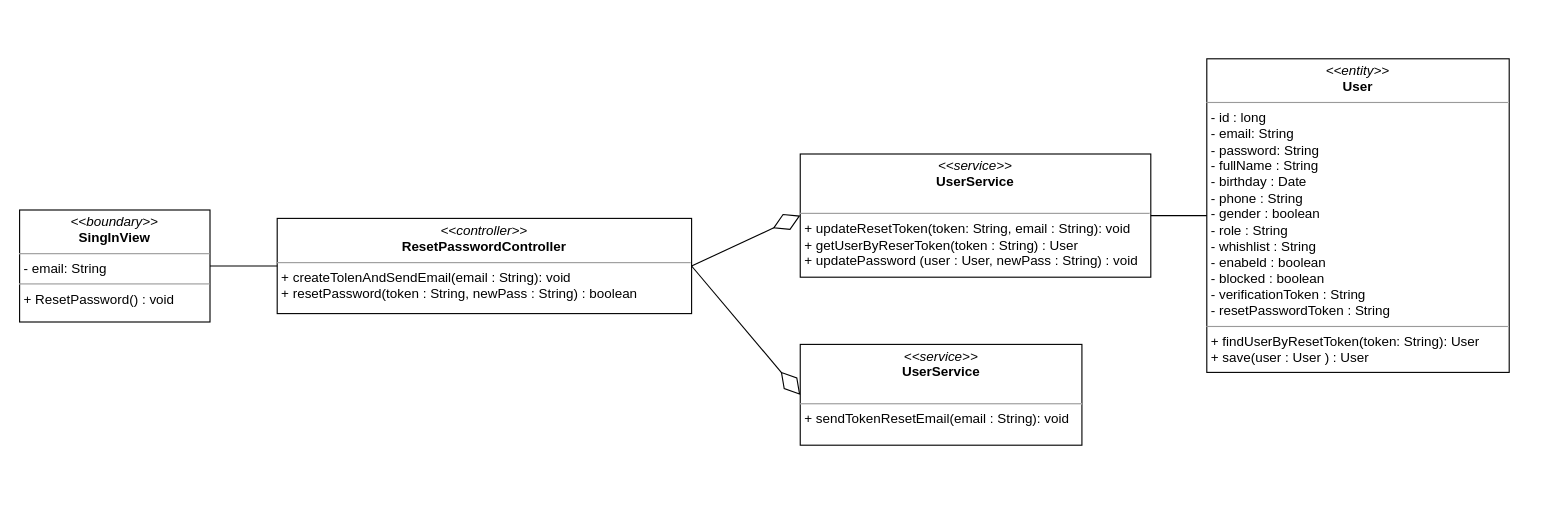
Above: class diagram/fogot-password-class-diagram.drawio in nguyenphamvan/datn_20202 (draw.io), before the change. Source tidied: cells renumbered, new cells numbered last; positions are measured from the earlier drawing's top-left corner, leaving out a move shared by most shapes. Both pictures are drawn from the tidied source at 112%, with x=0, y=0 at pixel (19, 58).
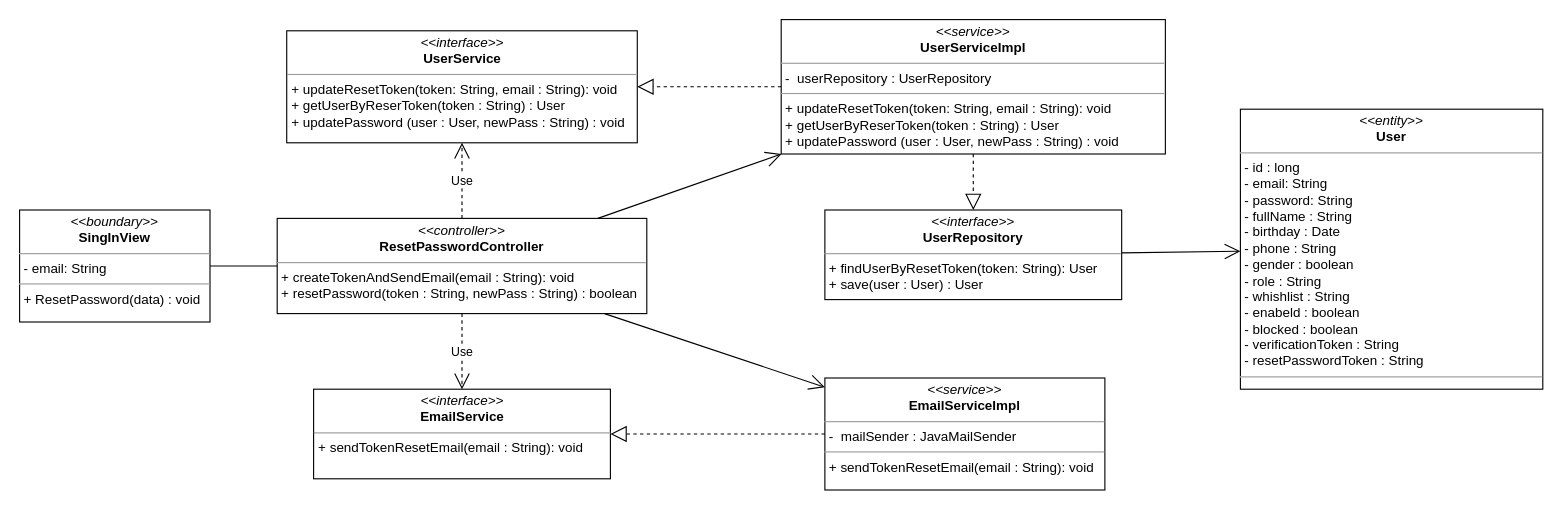
After the change.

Diff of the diagram source:
```diff
@@
 <mxGraphModel>
   <root>
     <mxCell id="0" />
     <mxCell id="1" parent="0" />
-    <mxCell id="2" value="&lt;p style=&quot;margin: 0px ; margin-top: 4px ; text-align: center&quot;&gt;&lt;i&gt;&amp;lt;&amp;lt;controller&amp;gt;&amp;gt;&lt;/i&gt;&lt;br&gt;&lt;b&gt;ResetPasswordController&lt;/b&gt;&lt;/p&gt;&lt;hr size=&quot;1&quot;&gt;&lt;p style=&quot;margin: 0px ; margin-left: 4px&quot;&gt;+ createTolenAndSendEmail(email : String): void&lt;br&gt;&lt;/p&gt;&lt;p style=&quot;margin: 0px ; margin-left: 4px&quot;&gt;+ resetPassword(token : String, newPass : String) : boolean&lt;/p&gt;" style="verticalAlign=top;align=left;overflow=fill;fontSize=12;fontFamily=Helvetica;html=1;" parent="1" vertex="1">
-      <mxGeometry x="230" y="142.5" width="370" height="85" as="geometry" />
+    <mxCell id="2" value="&lt;p style=&quot;margin: 0px ; margin-top: 4px ; text-align: center&quot;&gt;&lt;i&gt;&amp;lt;&amp;lt;controller&amp;gt;&amp;gt;&lt;/i&gt;&lt;br&gt;&lt;b&gt;ResetPasswordController&lt;/b&gt;&lt;/p&gt;&lt;hr size=&quot;1&quot;&gt;&lt;p style=&quot;margin: 0px ; margin-left: 4px&quot;&gt;+ createTokenAndSendEmail(email : String): void&lt;br&gt;&lt;/p&gt;&lt;p style=&quot;margin: 0px ; margin-left: 4px&quot;&gt;+ resetPassword(token : String, newPass : String) : boolean&lt;/p&gt;" style="verticalAlign=top;align=left;overflow=fill;fontSize=12;fontFamily=Helvetica;html=1;" parent="1" vertex="1">
+      <mxGeometry x="230" y="142.5" width="330" height="85" as="geometry" />
     </mxCell>
     <mxCell id="3" style="endArrow=none;html=1;edgeStyle=orthogonalEdgeStyle;exitX=1;exitY=0.5;exitDx=0;exitDy=0;entryX=0;entryY=0.5;entryDx=0;entryDy=0;" parent="1" edge="1" source="8" target="2">
       <mxGeometry relative="1" as="geometry" />
     </mxCell>
-    <mxCell id="4" value="&lt;p style=&quot;margin: 0px ; margin-top: 4px ; text-align: center&quot;&gt;&lt;i&gt;&amp;lt;&amp;lt;service&amp;gt;&amp;gt;&lt;/i&gt;&lt;br&gt;&lt;b&gt;UserService&lt;/b&gt;&lt;/p&gt;&lt;p style=&quot;margin: 0px ; margin-left: 4px&quot;&gt;&lt;br&gt;&lt;/p&gt;&lt;hr size=&quot;1&quot;&gt;&lt;p style=&quot;margin: 0px ; margin-left: 4px&quot;&gt;+ updateResetToken(token: String, email : String): void&lt;/p&gt;&lt;p style=&quot;margin: 0px ; margin-left: 4px&quot;&gt;+ getUserByReserToken(token : String) : User&lt;/p&gt;&lt;p style=&quot;margin: 0px ; margin-left: 4px&quot;&gt;+ updatePassword (user : User, newPass : String) : void&lt;/p&gt;" style="verticalAlign=top;align=left;overflow=fill;fontSize=12;fontFamily=Helvetica;html=1;" parent="1" vertex="1">
-      <mxGeometry x="697" y="85" width="313" height="110" as="geometry" />
+    <mxCell id="4" value="&lt;p style=&quot;margin: 0px ; margin-top: 4px ; text-align: center&quot;&gt;&lt;i&gt;&amp;lt;&amp;lt;interface&amp;gt;&amp;gt;&lt;/i&gt;&lt;br&gt;&lt;b&gt;UserService&lt;/b&gt;&lt;/p&gt;&lt;hr size=&quot;1&quot;&gt;&lt;p style=&quot;margin: 0px ; margin-left: 4px&quot;&gt;+ updateResetToken(token: String, email : String): void&lt;/p&gt;&lt;p style=&quot;margin: 0px ; margin-left: 4px&quot;&gt;+ getUserByReserToken(token : String) : User&lt;/p&gt;&lt;p style=&quot;margin: 0px ; margin-left: 4px&quot;&gt;+ updatePassword (user : User, newPass : String) : void&lt;/p&gt;" style="verticalAlign=top;align=left;overflow=fill;fontSize=12;fontFamily=Helvetica;html=1;" parent="1" vertex="1">
+      <mxGeometry x="238.5" y="-25" width="313" height="100" as="geometry" />
     </mxCell>
-    <mxCell id="5" value="&lt;p style=&quot;margin: 0px ; margin-top: 4px ; text-align: center&quot;&gt;&lt;i&gt;&amp;lt;&amp;lt;entity&amp;gt;&amp;gt;&lt;/i&gt;&lt;br&gt;&lt;b&gt;User&lt;/b&gt;&lt;/p&gt;&lt;hr size=&quot;1&quot;&gt;&lt;p style=&quot;margin: 0px ; margin-left: 4px&quot;&gt;- id : long&lt;/p&gt;&lt;p style=&quot;margin: 0px ; margin-left: 4px&quot;&gt;- email: String&lt;br&gt;- password: String&lt;/p&gt;&lt;p style=&quot;margin: 0px ; margin-left: 4px&quot;&gt;- fullName : String&lt;/p&gt;&lt;p style=&quot;margin: 0px ; margin-left: 4px&quot;&gt;- birthday : Date&lt;/p&gt;&lt;p style=&quot;margin: 0px ; margin-left: 4px&quot;&gt;- phone : String&lt;/p&gt;&lt;p style=&quot;margin: 0px ; margin-left: 4px&quot;&gt;- gender : boolean&lt;/p&gt;&lt;p style=&quot;margin: 0px ; margin-left: 4px&quot;&gt;- role : String&lt;/p&gt;&lt;p style=&quot;margin: 0px ; margin-left: 4px&quot;&gt;- whishlist : String&lt;/p&gt;&lt;p style=&quot;margin: 0px ; margin-left: 4px&quot;&gt;- enabeld : boolean&lt;/p&gt;&lt;p style=&quot;margin: 0px ; margin-left: 4px&quot;&gt;- blocked : boolean&lt;/p&gt;&lt;p style=&quot;margin: 0px ; margin-left: 4px&quot;&gt;- verificationToken : String&lt;/p&gt;&lt;p style=&quot;margin: 0px ; margin-left: 4px&quot;&gt;- resetPasswordToken : String&lt;/p&gt;&lt;hr size=&quot;1&quot;&gt;&lt;p style=&quot;margin: 0px ; margin-left: 4px&quot;&gt;+ findUserByResetToken(token: String): User&lt;br&gt;&lt;/p&gt;&lt;p style=&quot;margin: 0px ; margin-left: 4px&quot;&gt;+ save(user : User ) : User&lt;/p&gt;" style="verticalAlign=top;align=left;overflow=fill;fontSize=12;fontFamily=Helvetica;html=1;" parent="1" vertex="1">
-      <mxGeometry x="1060" width="270" height="280" as="geometry" />
+    <mxCell id="5" value="&lt;p style=&quot;margin: 0px ; margin-top: 4px ; text-align: center&quot;&gt;&lt;i&gt;&amp;lt;&amp;lt;entity&amp;gt;&amp;gt;&lt;/i&gt;&lt;br&gt;&lt;b&gt;User&lt;/b&gt;&lt;/p&gt;&lt;hr size=&quot;1&quot;&gt;&lt;p style=&quot;margin: 0px ; margin-left: 4px&quot;&gt;- id : long&lt;/p&gt;&lt;p style=&quot;margin: 0px ; margin-left: 4px&quot;&gt;- email: String&lt;br&gt;- password: String&lt;/p&gt;&lt;p style=&quot;margin: 0px ; margin-left: 4px&quot;&gt;- fullName : String&lt;/p&gt;&lt;p style=&quot;margin: 0px ; margin-left: 4px&quot;&gt;- birthday : Date&lt;/p&gt;&lt;p style=&quot;margin: 0px ; margin-left: 4px&quot;&gt;- phone : String&lt;/p&gt;&lt;p style=&quot;margin: 0px ; margin-left: 4px&quot;&gt;- gender : boolean&lt;/p&gt;&lt;p style=&quot;margin: 0px ; margin-left: 4px&quot;&gt;- role : String&lt;/p&gt;&lt;p style=&quot;margin: 0px ; margin-left: 4px&quot;&gt;- whishlist : String&lt;/p&gt;&lt;p style=&quot;margin: 0px ; margin-left: 4px&quot;&gt;- enabeld : boolean&lt;/p&gt;&lt;p style=&quot;margin: 0px ; margin-left: 4px&quot;&gt;- blocked : boolean&lt;/p&gt;&lt;p style=&quot;margin: 0px ; margin-left: 4px&quot;&gt;- verificationToken : String&lt;/p&gt;&lt;p style=&quot;margin: 0px ; margin-left: 4px&quot;&gt;- resetPasswordToken : String&lt;/p&gt;&lt;hr size=&quot;1&quot;&gt;&lt;p style=&quot;margin: 0px ; margin-left: 4px&quot;&gt;&lt;br&gt;&lt;/p&gt;" style="verticalAlign=top;align=left;overflow=fill;fontSize=12;fontFamily=Helvetica;html=1;" parent="1" vertex="1">
+      <mxGeometry x="1090" y="45" width="270" height="250" as="geometry" />
     </mxCell>
+    <mxCell id="8" value="&lt;p style=&quot;margin: 0px ; margin-top: 4px ; text-align: center&quot;&gt;&lt;i&gt;&amp;lt;&amp;lt;boundary&amp;gt;&amp;gt;&lt;/i&gt;&lt;br&gt;&lt;b&gt;SingInView&lt;/b&gt;&lt;/p&gt;&lt;hr size=&quot;1&quot;&gt;&lt;p style=&quot;margin: 0px ; margin-left: 4px&quot;&gt;- email: String&lt;br&gt;&lt;/p&gt;&lt;hr size=&quot;1&quot;&gt;&lt;p style=&quot;margin: 0px ; margin-left: 4px&quot;&gt;&lt;span&gt;+ ResetPassword(data) : void&lt;/span&gt;&lt;br&gt;&lt;/p&gt;" style="verticalAlign=top;align=left;overflow=fill;fontSize=12;fontFamily=Helvetica;html=1;" parent="1" vertex="1">
+      <mxGeometry y="135" width="170" height="100" as="geometry" />
+    </mxCell>
+    <mxCell id="11" value="&lt;p style=&quot;margin: 0px ; margin-top: 4px ; text-align: center&quot;&gt;&lt;i&gt;&amp;lt;&amp;lt;interface&amp;gt;&amp;gt;&lt;/i&gt;&lt;br&gt;&lt;b&gt;EmailService&lt;/b&gt;&lt;/p&gt;&lt;hr size=&quot;1&quot;&gt;&lt;p style=&quot;margin: 0px ; margin-left: 4px&quot;&gt;+ sendTokenResetEmail(email : String): void&lt;br&gt;&lt;/p&gt;" style="verticalAlign=top;align=left;overflow=fill;fontSize=12;fontFamily=Helvetica;html=1;" parent="1" vertex="1">
+      <mxGeometry x="262.5" y="295" width="265" height="80" as="geometry" />
+    </mxCell>
+    <mxCell id="12" value="&lt;p style=&quot;margin: 0px ; margin-top: 4px ; text-align: center&quot;&gt;&lt;i&gt;&amp;lt;&amp;lt;service&amp;gt;&amp;gt;&lt;/i&gt;&lt;br&gt;&lt;b&gt;EmailServiceImpl&lt;/b&gt;&lt;/p&gt;&lt;hr size=&quot;1&quot;&gt;&lt;p style=&quot;margin: 0px ; margin-left: 4px&quot;&gt;-&amp;nbsp; mailSender : JavaMailSender&lt;br&gt;&lt;/p&gt;&lt;hr size=&quot;1&quot;&gt;&lt;p style=&quot;margin: 0px ; margin-left: 4px&quot;&gt;+ sendTokenResetEmail(email : String): void&lt;br&gt;&lt;/p&gt;" style="verticalAlign=top;align=left;overflow=fill;fontSize=12;fontFamily=Helvetica;html=1;" parent="1" vertex="1">
+      <mxGeometry x="719" y="285" width="250" height="100" as="geometry" />
+    </mxCell>
+    <mxCell id="13" value="Use" style="endArrow=open;endSize=12;dashed=1;html=1;" parent="1" edge="1" source="2" target="11">
+      <mxGeometry relative="1" as="geometry" />
+    </mxCell>
+    <mxCell id="14" style="endArrow=block;dashed=1;endFill=0;endSize=12;html=1;" parent="1" edge="1" source="12" target="11">
+      <mxGeometry relative="1" as="geometry" />
+    </mxCell>
+    <mxCell id="15" value="&lt;p style=&quot;margin: 0px ; margin-top: 4px ; text-align: center&quot;&gt;&lt;i&gt;&amp;lt;&amp;lt;service&amp;gt;&amp;gt;&lt;/i&gt;&lt;br&gt;&lt;b&gt;UserServiceImpl&lt;/b&gt;&lt;/p&gt;&lt;hr size=&quot;1&quot;&gt;&lt;p style=&quot;margin: 0px ; margin-left: 4px&quot;&gt;-&amp;nbsp; userRepository : UserRepository&lt;br&gt;&lt;/p&gt;&lt;hr size=&quot;1&quot;&gt;&lt;p style=&quot;margin: 0px ; margin-left: 4px&quot;&gt;+ updateResetToken(token: String, email : String): void&lt;br&gt;&lt;/p&gt;&lt;p style=&quot;margin: 0px ; margin-left: 4px&quot;&gt;+ getUserByReserToken(token : String) : User&lt;br&gt;&lt;/p&gt;&lt;p style=&quot;margin: 0px ; margin-left: 4px&quot;&gt;+ updatePassword (user : User, newPass : String) : void&lt;br&gt;&lt;/p&gt;" style="verticalAlign=top;align=left;overflow=fill;fontSize=12;fontFamily=Helvetica;html=1;" parent="1" vertex="1">
+      <mxGeometry x="680" y="-35" width="343" height="120" as="geometry" />
+    </mxCell>
-    <mxCell id="6" style="endArrow=diamondThin;endFill=0;endSize=24;html=1;exitX=1;exitY=0.5;exitDx=0;exitDy=0;entryX=0;entryY=0.5;entryDx=0;entryDy=0;" parent="1" edge="1" source="2" target="4">
+    <mxCell id="6" value="Use" style="endArrow=open;endSize=12;dashed=1;html=1;" parent="1" edge="1" source="2" target="4">
       <mxGeometry relative="1" as="geometry" />
     </mxCell>
-    <mxCell id="7" style="endArrow=none;html=1;exitX=1;exitY=0.5;exitDx=0;exitDy=0;entryX=0;entryY=0.5;entryDx=0;entryDy=0;" parent="1" edge="1" source="4" target="5">
-      <mxGeometry relative="1" as="geometry" />
-    </mxCell>
-    <mxCell id="8" value="&lt;p style=&quot;margin: 0px ; margin-top: 4px ; text-align: center&quot;&gt;&lt;i&gt;&amp;lt;&amp;lt;boundary&amp;gt;&amp;gt;&lt;/i&gt;&lt;br&gt;&lt;b&gt;SingInView&lt;/b&gt;&lt;/p&gt;&lt;hr size=&quot;1&quot;&gt;&lt;p style=&quot;margin: 0px ; margin-left: 4px&quot;&gt;- email: String&lt;br&gt;&lt;/p&gt;&lt;hr size=&quot;1&quot;&gt;&lt;p style=&quot;margin: 0px ; margin-left: 4px&quot;&gt;&lt;span&gt;+ ResetPassword() : void&lt;/span&gt;&lt;br&gt;&lt;/p&gt;" style="verticalAlign=top;align=left;overflow=fill;fontSize=12;fontFamily=Helvetica;html=1;" parent="1" vertex="1">
-      <mxGeometry y="135" width="170" height="100" as="geometry" />
-    </mxCell>
-    <mxCell id="9" value="&lt;p style=&quot;margin: 0px ; margin-top: 4px ; text-align: center&quot;&gt;&lt;i&gt;&amp;lt;&amp;lt;service&amp;gt;&amp;gt;&lt;/i&gt;&lt;br&gt;&lt;b&gt;UserService&lt;/b&gt;&lt;/p&gt;&lt;p style=&quot;margin: 0px ; margin-left: 4px&quot;&gt;&lt;br&gt;&lt;/p&gt;&lt;hr size=&quot;1&quot;&gt;&lt;p style=&quot;margin: 0px ; margin-left: 4px&quot;&gt;+ sendTokenResetEmail(email : String): void&lt;/p&gt;" style="verticalAlign=top;align=left;overflow=fill;fontSize=12;fontFamily=Helvetica;html=1;" parent="1" vertex="1">
-      <mxGeometry x="697" y="255" width="251.5" height="90" as="geometry" />
-    </mxCell>
-    <mxCell id="10" style="endArrow=diamondThin;endFill=0;endSize=24;html=1;exitX=1;exitY=0.5;exitDx=0;exitDy=0;entryX=0;entryY=0.5;entryDx=0;entryDy=0;" parent="1" edge="1" source="2" target="9">
-      <mxGeometry relative="1" as="geometry" />
-    </mxCell>
+    <mxCell id="16" style="endArrow=open;endFill=1;endSize=12;html=1;" parent="1" edge="1" source="2" target="12">
+      <mxGeometry relative="1" as="geometry" />
+    </mxCell>
+    <mxCell id="17" value="&lt;p style=&quot;margin: 0px ; margin-top: 4px ; text-align: center&quot;&gt;&lt;i&gt;&amp;lt;&amp;lt;interface&amp;gt;&amp;gt;&lt;/i&gt;&lt;br&gt;&lt;b&gt;UserRepository&lt;/b&gt;&lt;/p&gt;&lt;hr size=&quot;1&quot;&gt;&lt;p style=&quot;margin: 0px ; margin-left: 4px&quot;&gt;+ findUserByResetToken(token: String): User&lt;br&gt;&lt;/p&gt;&lt;p style=&quot;margin: 0px ; margin-left: 4px&quot;&gt;+ save(user : User) : User&lt;/p&gt;" style="verticalAlign=top;align=left;overflow=fill;fontSize=12;fontFamily=Helvetica;html=1;" parent="1" vertex="1">
+      <mxGeometry x="719" y="135" width="265" height="80" as="geometry" />
+    </mxCell>
+    <mxCell id="18" style="endArrow=block;dashed=1;endFill=0;endSize=12;html=1;" parent="1" edge="1" source="15" target="4">
+      <mxGeometry relative="1" as="geometry" />
+    </mxCell>
+    <mxCell id="19" style="endArrow=block;dashed=1;endFill=0;endSize=12;html=1;" parent="1" edge="1" source="15" target="17">
+      <mxGeometry relative="1" as="geometry" />
+    </mxCell>
+    <mxCell id="20" style="endArrow=open;endFill=1;endSize=12;html=1;" parent="1" edge="1" source="2" target="15">
+      <mxGeometry relative="1" as="geometry" />
+    </mxCell>
+    <mxCell id="21" style="endArrow=open;endFill=1;endSize=12;html=1;" parent="1" edge="1" source="17" target="5">
+      <mxGeometry relative="1" as="geometry" />
+    </mxCell>
   </root>
 </mxGraphModel>
```
